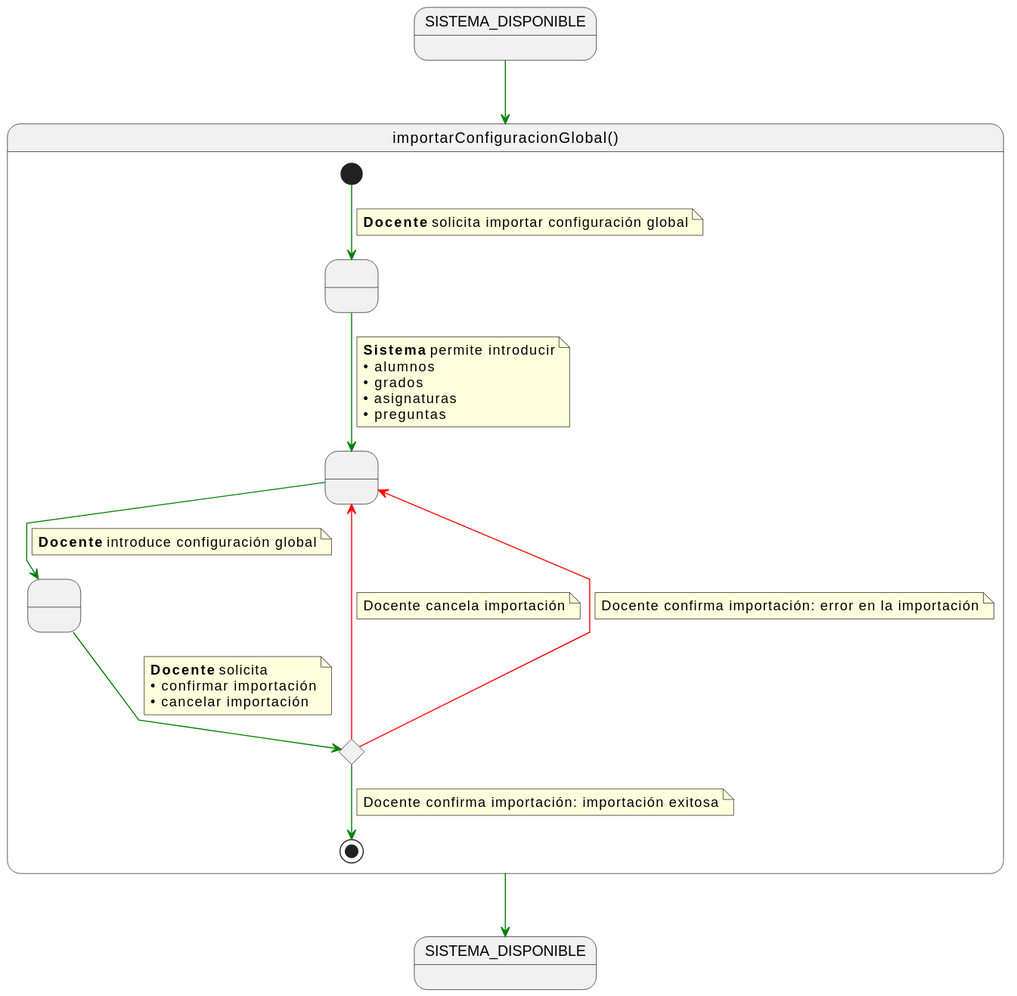
The PlantUML diagram documents/casos-de-uso/detalladoCasosDeUso/importarConfiguracionGlobal/importarConfiguracionGlobal.svg in martinlopez7/25-26-IdSw1-SdR, before a commit.
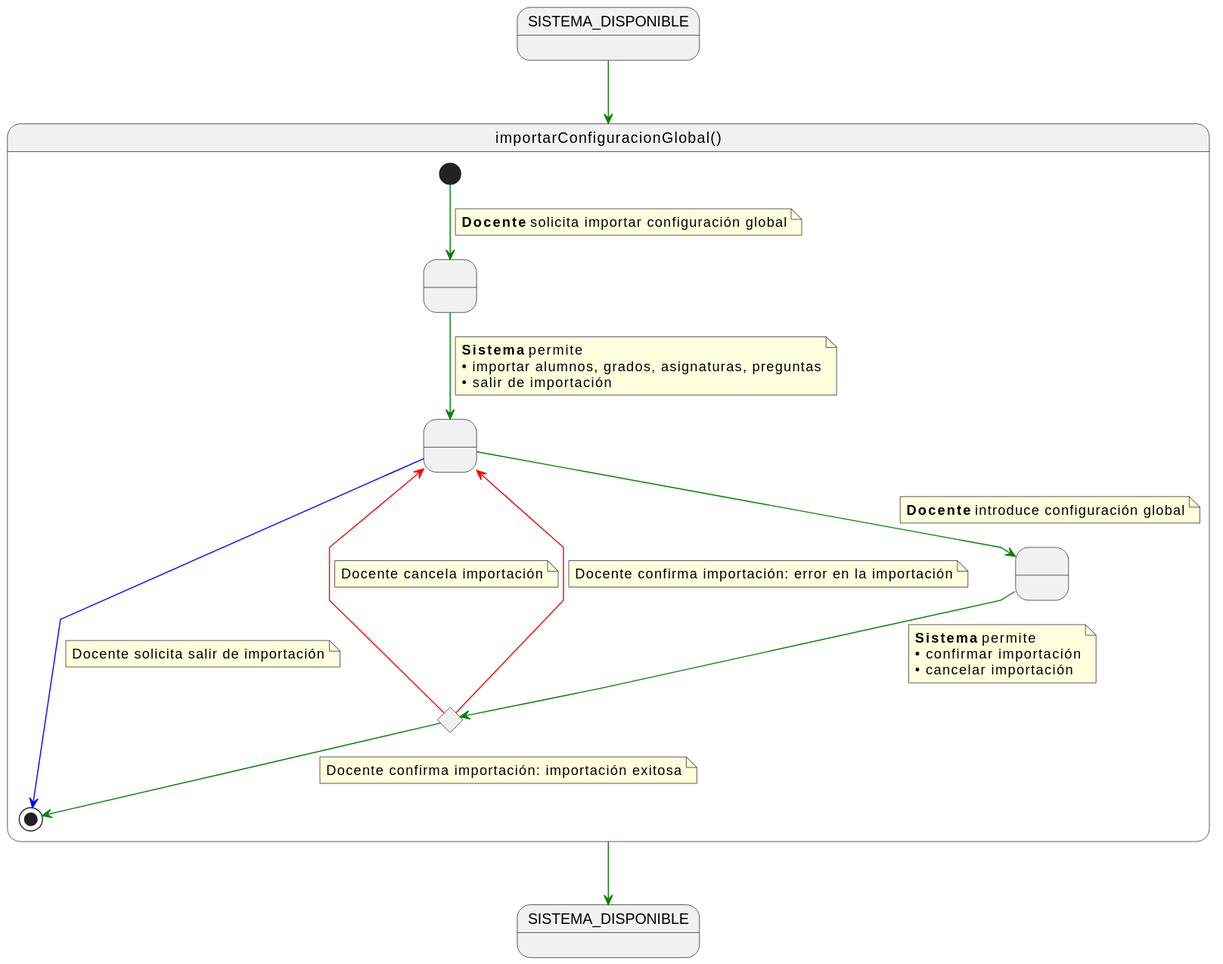
Later version of the same file.

Change to the diagram source:
```diff
@@ -17,11 +17,9 @@
 
     RequiringGlobalConfigurationImport -[#green]-> ProvidingGlobalConfiguration
     note on link
-    <b>Sistema</b> permite introducir
-    • alumnos
-    • grados
-    • asignaturas
-    • preguntas
+    <b>Sistema</b> permite
+    • importar alumnos, grados, asignaturas, preguntas
+    • salir de importación
     end note
 
     ProvidingGlobalConfiguration -[#green]-> ProvidingConfirmation
@@ -31,7 +29,7 @@
 
     ProvidingConfirmation -[#green]-> c
     note on link
-    <b>Docente</b> solicita
+    <b>Sistema</b> permite
     • confirmar importación
     • cancelar importación
     end note
@@ -50,6 +48,11 @@
     note on link
     Docente confirma importación: importación exitosa
     end note
+
+    ProvidingGlobalConfiguration -[#blue]-> [*]
+    note on link
+    Docente solicita salir de importación
+    end note
 }
 
 SISTEMA_DISPONIBLE -[#green]-> importarConfiguracionGlobal
```
